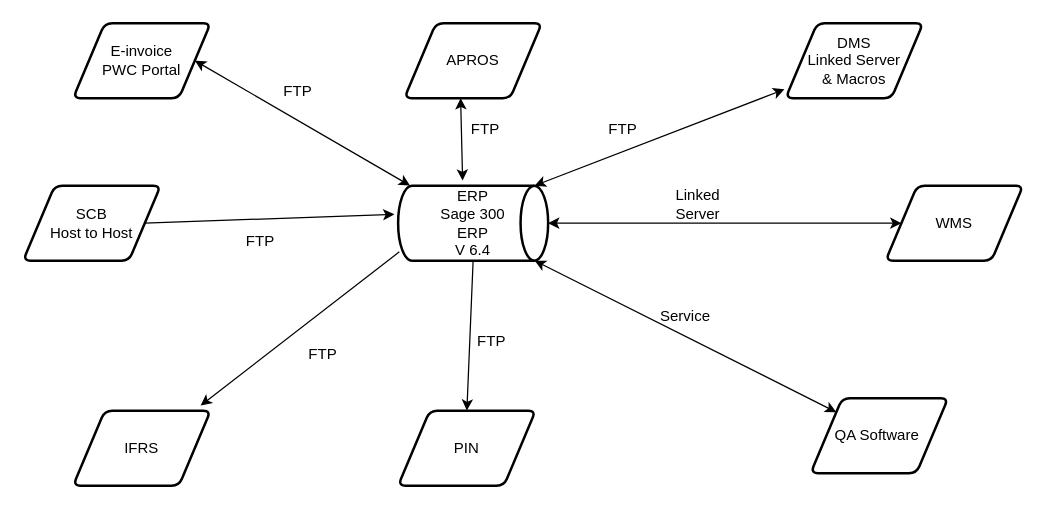
Before: Accpac Flow.drawio in Gowthamguru/demo, a draw.io diagram. Source tidied: cells renumbered, new cells numbered last; positions are measured from the earlier drawing's top-left corner, leaving out a move shared by most shapes. Both pictures are drawn from the tidied source at 125%, with x=0, y=0 at pixel (22, 22).
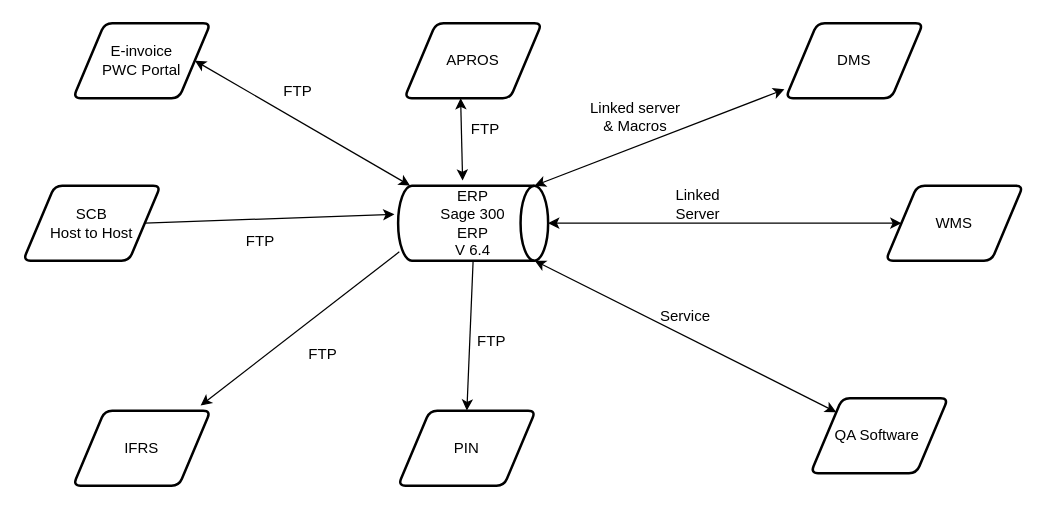
The same page after the edit.

The edit, as a diff of the source:
```diff
@@
-    <mxCell id="9" value="DMS&lt;br&gt;Linked Server&lt;br&gt;&amp;amp; Macros" style="shape=parallelogram;html=1;strokeWidth=2;perimeter=parallelogramPerimeter;whiteSpace=wrap;rounded=1;arcSize=12;size=0.23;" parent="1" vertex="1">
+    <mxCell id="9" value="DMS" style="shape=parallelogram;html=1;strokeWidth=2;perimeter=parallelogramPerimeter;whiteSpace=wrap;rounded=1;arcSize=12;size=0.23;" parent="1" vertex="1">
       <mxGeometry x="610" width="110" height="60" as="geometry" />
     </mxCell>
@@
-    <mxCell id="23" value="FTP" style="text;html=1;strokeColor=none;fillColor=none;align=center;verticalAlign=middle;whiteSpace=wrap;rounded=0;" parent="1" vertex="1">
-      <mxGeometry x="450" y="70" width="60" height="30" as="geometry" />
+    <mxCell id="23" value="Linked server &amp;amp; Macros" style="text;html=1;strokeColor=none;fillColor=none;align=center;verticalAlign=middle;whiteSpace=wrap;rounded=0;" parent="1" vertex="1">
+      <mxGeometry x="450" y="60" width="80" height="30" as="geometry" />
     </mxCell>
```
